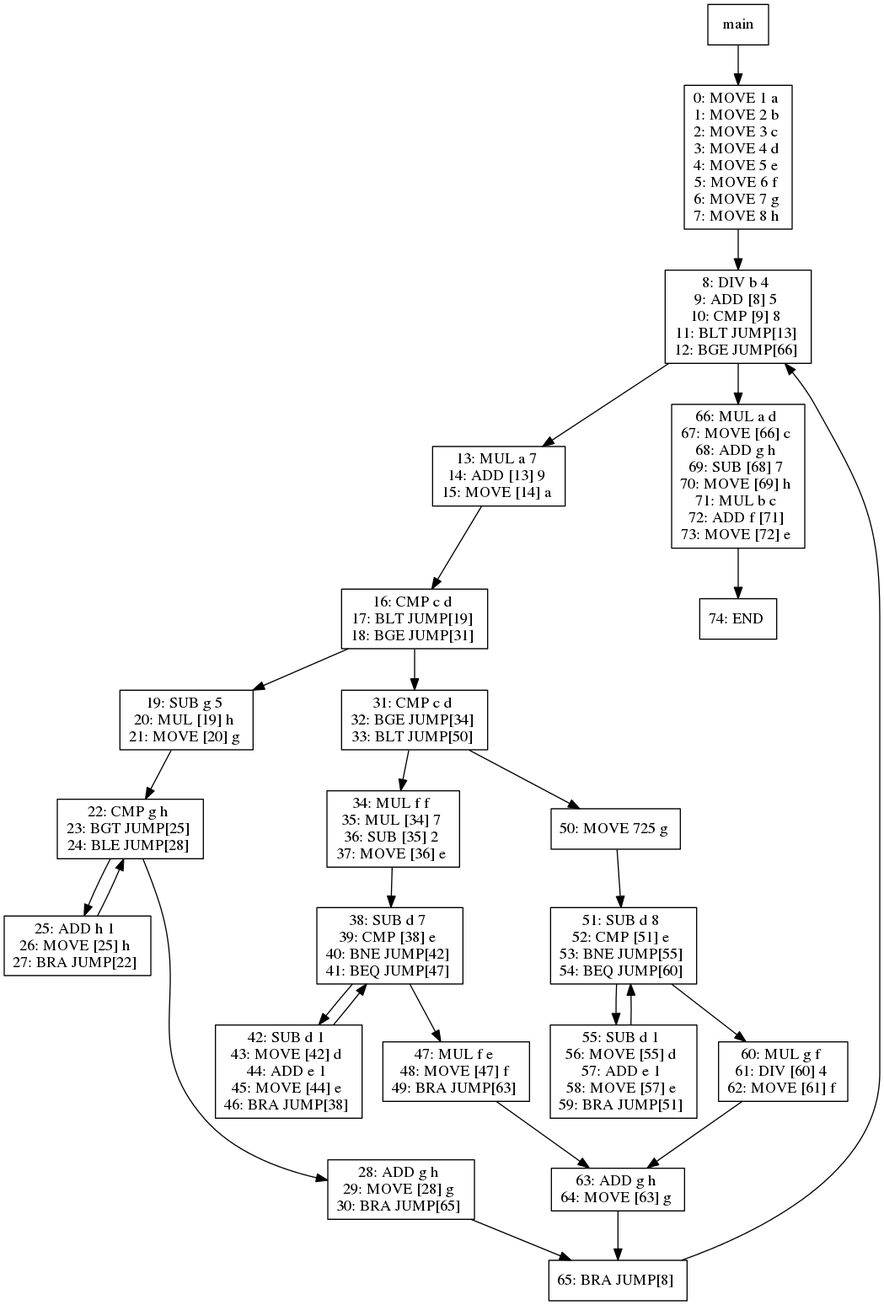
Above: viz/test024.dot.png in jiahanwang/PL241-Compiler (Graphviz), before the change. Its source is kept beside it as viz/test024.dot.
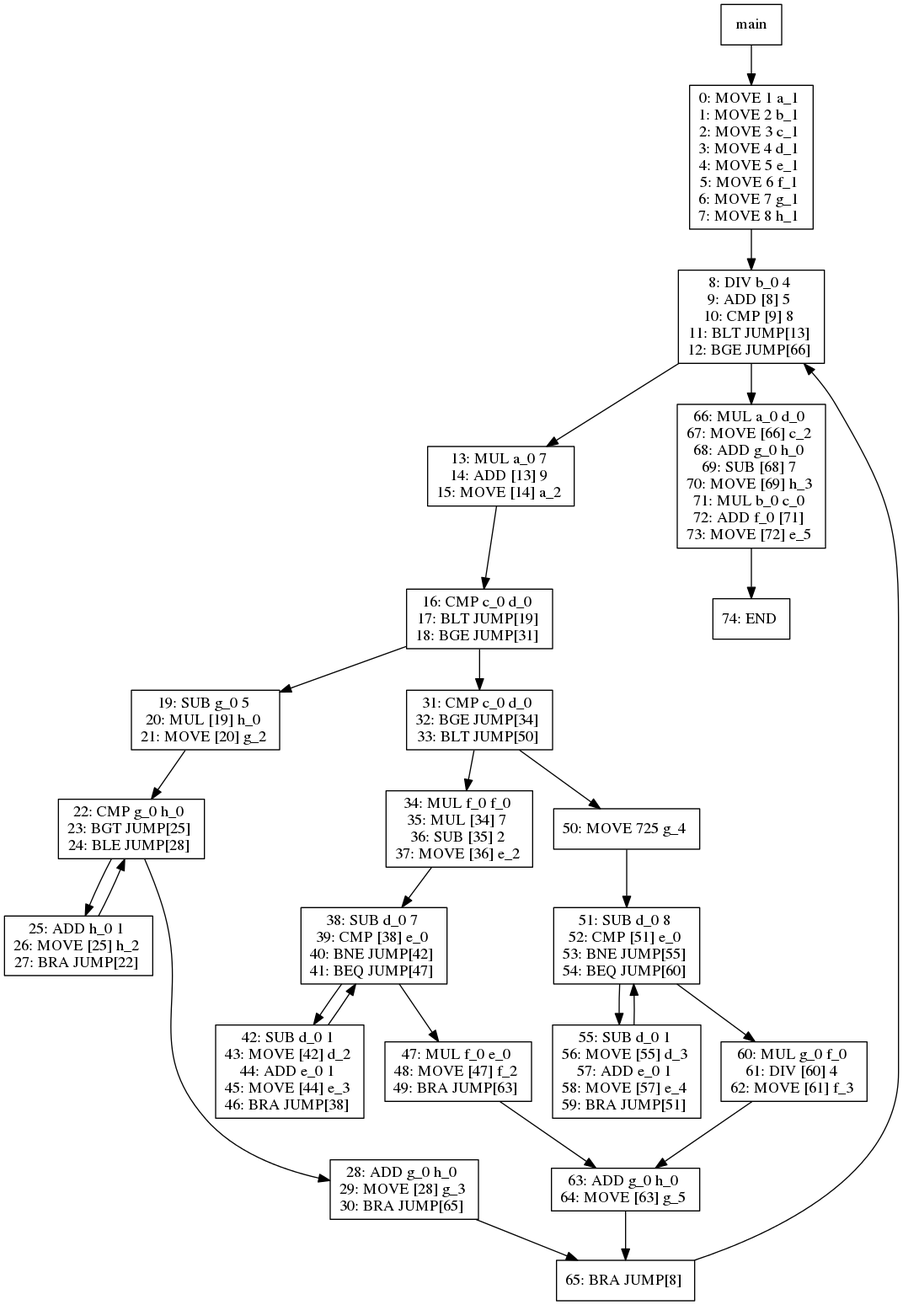
Above is the later version.

Diff of the diagram source:
```diff
@@ -1,127 +1,127 @@
 digraph test024 {
 node [shape=box]
-422[label="main"]
-422 -> 424
-424[label="0: MOVE 1 a
-1: MOVE 2 b
-2: MOVE 3 c
-3: MOVE 4 d
-4: MOVE 5 e
-5: MOVE 6 f
-6: MOVE 7 g
-7: MOVE 8 h
+1[label="main"]
+1 -> 3
+3[label="0: MOVE 1 a_1
+1: MOVE 2 b_1
+2: MOVE 3 c_1
+3: MOVE 4 d_1
+4: MOVE 5 e_1
+5: MOVE 6 f_1
+6: MOVE 7 g_1
+7: MOVE 8 h_1
 "]
-424 -> 432
-432[label="8: DIV b 4
+3 -> 11
+11[label="8: DIV b_0 4
 9: ADD [8] 5
 10: CMP [9] 8
 11: BLT JUMP[13]
 12: BGE JUMP[66]
 "]
-432 -> 434
-434[label="13: MUL a 7
+11 -> 13
+13[label="13: MUL a_0 7
 14: ADD [13] 9
-15: MOVE [14] a
+15: MOVE [14] a_2
 "]
-434 -> 435
-435[label="16: CMP c d
+13 -> 14
+14[label="16: CMP c_0 d_0
 17: BLT JUMP[19]
 18: BGE JUMP[31]
 "]
-435 -> 437
-437[label="19: SUB g 5
-20: MUL [19] h
-21: MOVE [20] g
+14 -> 16
+16[label="19: SUB g_0 5
+20: MUL [19] h_0
+21: MOVE [20] g_2
 "]
-437 -> 438
-438[label="22: CMP g h
+16 -> 17
+17[label="22: CMP g_0 h_0
 23: BGT JUMP[25]
 24: BLE JUMP[28]
 "]
-438 -> 440
-440[label="25: ADD h 1
-26: MOVE [25] h
+17 -> 19
+19[label="25: ADD h_0 1
+26: MOVE [25] h_2
 27: BRA JUMP[22]
 "]
-440 -> 438
-438 -> 439
-439[label="28: ADD g h
-29: MOVE [28] g
+19 -> 17
+17 -> 18
+18[label="28: ADD g_0 h_0
+29: MOVE [28] g_3
 30: BRA JUMP[65]
 "]
-439 -> 436
-436[label="65: BRA JUMP[8]
+18 -> 15
+15[label="65: BRA JUMP[8]
 "]
-436 -> 432
-435 -> 442
-442[label="31: CMP c d
+15 -> 11
+14 -> 21
+21[label="31: CMP c_0 d_0
 32: BGE JUMP[34]
 33: BLT JUMP[50]
 "]
-442 -> 444
-444[label="34: MUL f f
+21 -> 23
+23[label="34: MUL f_0 f_0
 35: MUL [34] 7
 36: SUB [35] 2
-37: MOVE [36] e
+37: MOVE [36] e_2
 "]
-444 -> 445
-445[label="38: SUB d 7
-39: CMP [38] e
+23 -> 24
+24[label="38: SUB d_0 7
+39: CMP [38] e_0
 40: BNE JUMP[42]
 41: BEQ JUMP[47]
 "]
-445 -> 447
-447[label="42: SUB d 1
-43: MOVE [42] d
-44: ADD e 1
-45: MOVE [44] e
+24 -> 26
+26[label="42: SUB d_0 1
+43: MOVE [42] d_2
+44: ADD e_0 1
+45: MOVE [44] e_3
 46: BRA JUMP[38]
 "]
-447 -> 445
-445 -> 446
-446[label="47: MUL f e
-48: MOVE [47] f
+26 -> 24
+24 -> 25
+25[label="47: MUL f_0 e_0
+48: MOVE [47] f_2
 49: BRA JUMP[63]
 "]
-446 -> 443
-443[label="63: ADD g h
-64: MOVE [63] g
+25 -> 22
+22[label="63: ADD g_0 h_0
+64: MOVE [63] g_5
 "]
-443 -> 436
-442 -> 450
-450[label="50: MOVE 725 g
+22 -> 15
+21 -> 29
+29[label="50: MOVE 725 g_4
 "]
-450 -> 451
-451[label="51: SUB d 8
-52: CMP [51] e
+29 -> 30
+30[label="51: SUB d_0 8
+52: CMP [51] e_0
 53: BNE JUMP[55]
 54: BEQ JUMP[60]
 "]
-451 -> 453
-453[label="55: SUB d 1
-56: MOVE [55] d
-57: ADD e 1
-58: MOVE [57] e
+30 -> 32
+32[label="55: SUB d_0 1
+56: MOVE [55] d_3
+57: ADD e_0 1
+58: MOVE [57] e_4
 59: BRA JUMP[51]
 "]
-453 -> 451
-451 -> 452
-452[label="60: MUL g f
+32 -> 30
+30 -> 31
+31[label="60: MUL g_0 f_0
 61: DIV [60] 4
-62: MOVE [61] f
+62: MOVE [61] f_3
 "]
-452 -> 443
-432 -> 433
-433[label="66: MUL a d
-67: MOVE [66] c
-68: ADD g h
+31 -> 22
+11 -> 12
+12[label="66: MUL a_0 d_0
+67: MOVE [66] c_2
+68: ADD g_0 h_0
 69: SUB [68] 7
-70: MOVE [69] h
-71: MUL b c
-72: ADD f [71]
-73: MOVE [72] e
+70: MOVE [69] h_3
+71: MUL b_0 c_0
+72: ADD f_0 [71]
+73: MOVE [72] e_5
 "]
-433 -> 460
-460[label="74: END
+12 -> 39
+39[label="74: END
 "]
 }
```
